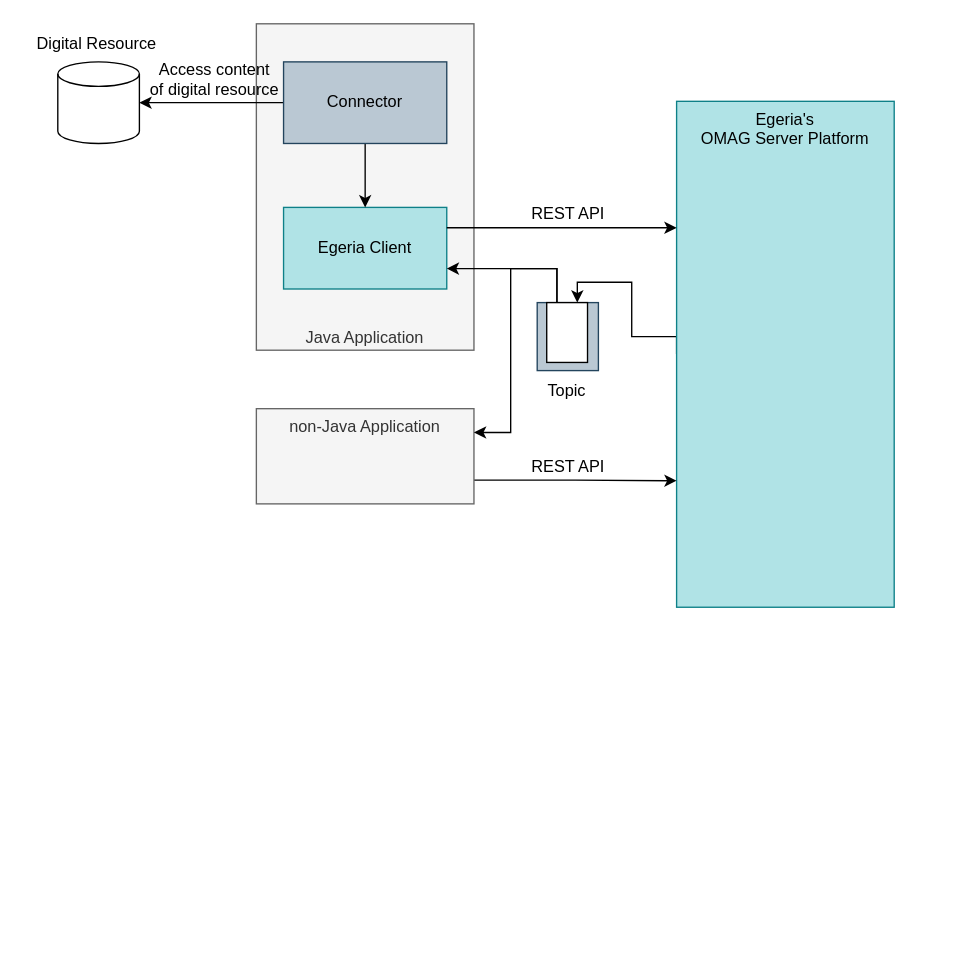
The draw.io diagram page "java-clients" (6 of 7) of site/docs/guides/developer/developer-guide.drawio in odpi/egeria-docs, before the edit. Source tidied: cells renumbered, new cells numbered last; positions are measured from the earlier drawing's top-left corner, leaving out a move shared by most shapes. Both pictures are drawn from the tidied source at 136%, with x=0, y=0 at pixel (23, 23).
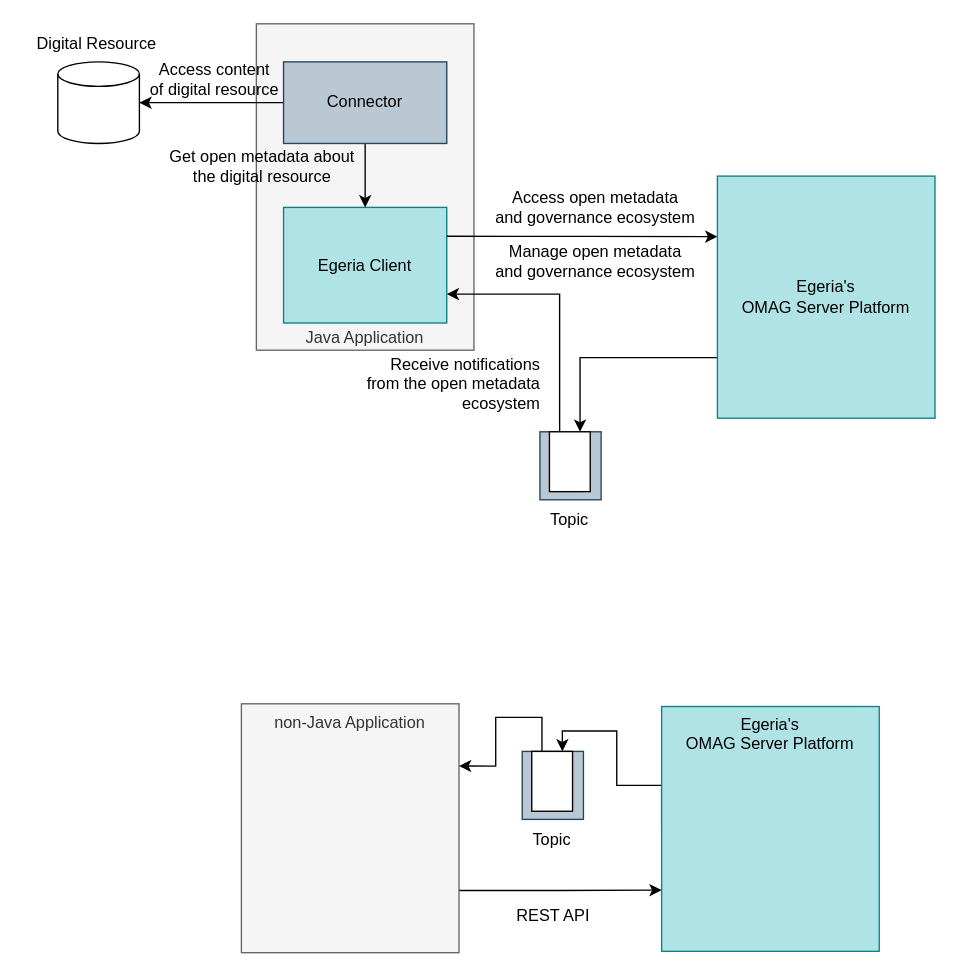
The same page after the edit.

Diff of the diagram source:
```diff
@@
     <mxCell id="3" value="Egeria Client" style="rounded=0;whiteSpace=wrap;html=1;fillColor=#b0e3e6;strokeColor=#0e8088;" parent="1" vertex="1">
-      <mxGeometry x="191" y="135" width="120" height="60" as="geometry" />
+      <mxGeometry x="191" y="135" width="120" height="85" as="geometry" />
     </mxCell>
-    <mxCell id="4" style="edgeStyle=orthogonalEdgeStyle;rounded=0;jettySize=auto;html=1;exitX=0;exitY=0.5;exitDx=0;exitDy=0;entryX=0.75;entryY=0;entryDx=0;entryDy=0;" parent="1" edge="1" source="5" target="13">
+    <mxCell id="4" style="edgeStyle=orthogonalEdgeStyle;rounded=0;jettySize=auto;html=1;exitX=0;exitY=0.75;exitDx=0;exitDy=0;entryX=0.75;entryY=0;entryDx=0;entryDy=0;" parent="1" edge="1" source="5" target="13">
       <mxGeometry relative="1" as="geometry">
         <Array as="points">
-          <mxPoint x="447" y="230" />
-          <mxPoint x="447" y="190" />
-          <mxPoint x="407" y="190" />
+          <mxPoint x="409" y="246" />
         </Array>
       </mxGeometry>
     </mxCell>
-    <mxCell id="5" value="Egeria's&lt;br&gt;OMAG Server Platform" style="rounded=0;whiteSpace=wrap;html=1;verticalAlign=top;fillColor=#b0e3e6;strokeColor=#0e8088;" parent="1" vertex="1">
-      <mxGeometry x="480" y="57" width="160" height="372" as="geometry" />
+    <mxCell id="5" value="Egeria's&lt;br&gt;OMAG Server Platform" style="rounded=0;whiteSpace=wrap;html=1;verticalAlign=middle;fillColor=#b0e3e6;strokeColor=#0e8088;" parent="1" vertex="1">
+      <mxGeometry x="510" y="112" width="160" height="178" as="geometry" />
     </mxCell>
-    <mxCell id="6" style="edgeStyle=orthogonalEdgeStyle;rounded=0;jettySize=auto;html=1;entryX=0;entryY=0.75;entryDx=0;entryDy=0;exitX=1;exitY=0.75;exitDx=0;exitDy=0;" parent="1" edge="1" source="7" target="5">
-      <mxGeometry relative="1" as="geometry" />
-    </mxCell>
-    <mxCell id="7" value="non-Java Application" style="rounded=0;whiteSpace=wrap;html=1;verticalAlign=top;fillColor=#f5f5f5;fontColor=#333333;strokeColor=#666666;" parent="1" vertex="1">
-      <mxGeometry x="171" y="283" width="160" height="70" as="geometry" />
-    </mxCell>
@@
-    <mxCell id="9" value="REST API" style="text;html=1;align=center;verticalAlign=middle;strokeColor=none;fillColor=none;" parent="1" vertex="1">
-      <mxGeometry x="365" y="130" width="70" height="20" as="geometry" />
-    </mxCell>
     <mxCell id="10" style="rounded=0;whiteSpace=wrap;html=1;fillColor=#bac8d3;strokeColor=#23445d;" parent="1" vertex="1">
-      <mxGeometry x="377.5" y="205" width="45" height="50" as="geometry" />
+      <mxGeometry x="379.5" y="300" width="45" height="50" as="geometry" />
     </mxCell>
@@
-    <mxCell id="12" style="edgeStyle=orthogonalEdgeStyle;rounded=0;jettySize=auto;html=1;exitX=0.25;exitY=0;exitDx=0;exitDy=0;entryX=1;entryY=0.25;entryDx=0;entryDy=0;" parent="1" edge="1" source="13" target="7">
-      <mxGeometry relative="1" as="geometry">
-        <Array as="points">
-          <mxPoint x="392" y="180" />
-          <mxPoint x="358" y="180" />
-          <mxPoint x="358" y="301" />
-        </Array>
-      </mxGeometry>
-    </mxCell>
     <mxCell id="13" style="rounded=0;whiteSpace=wrap;html=1;" parent="1" vertex="1">
-      <mxGeometry x="384.5" y="205" width="30" height="44" as="geometry" />
+      <mxGeometry x="386.5" y="300" width="30" height="44" as="geometry" />
     </mxCell>
     <mxCell id="14" value="Topic" style="text;html=1;align=center;verticalAlign=middle;strokeColor=none;fillColor=none;" parent="1" vertex="1">
-      <mxGeometry x="379" y="260" width="40" height="20" as="geometry" />
+      <mxGeometry x="381" y="355" width="40" height="20" as="geometry" />
     </mxCell>
-    <mxCell id="15" value="REST API" style="text;html=1;align=center;verticalAlign=middle;strokeColor=none;fillColor=none;" parent="1" vertex="1">
-      <mxGeometry x="365" y="316" width="70" height="20" as="geometry" />
-    </mxCell>
@@
+    <mxCell id="22" style="edgeStyle=orthogonalEdgeStyle;rounded=0;jettySize=auto;html=1;exitX=0;exitY=0.5;exitDx=0;exitDy=0;entryX=0.75;entryY=0;entryDx=0;entryDy=0;" parent="1" edge="1" source="23" target="27">
+      <mxGeometry relative="1" as="geometry">
+        <Array as="points">
+          <mxPoint x="436" y="560" />
+          <mxPoint x="436" y="520" />
+          <mxPoint x="396" y="520" />
+        </Array>
+      </mxGeometry>
+    </mxCell>
+    <mxCell id="23" value="Egeria's&lt;br&gt;OMAG Server Platform" style="rounded=0;whiteSpace=wrap;html=1;verticalAlign=top;fillColor=#b0e3e6;strokeColor=#0e8088;" parent="1" vertex="1">
+      <mxGeometry x="469" y="502" width="160" height="180" as="geometry" />
+    </mxCell>
+    <mxCell id="24" style="edgeStyle=orthogonalEdgeStyle;rounded=0;jettySize=auto;html=1;entryX=0;entryY=0.75;entryDx=0;entryDy=0;exitX=1;exitY=0.75;exitDx=0;exitDy=0;" parent="1" edge="1" source="7" target="23">
+      <mxGeometry relative="1" as="geometry" />
+    </mxCell>
+    <mxCell id="7" value="non-Java Application" style="rounded=0;whiteSpace=wrap;html=1;verticalAlign=top;fillColor=#f5f5f5;fontColor=#333333;strokeColor=#666666;" parent="1" vertex="1">
+      <mxGeometry x="160" y="500" width="160" height="183" as="geometry" />
+    </mxCell>
+    <mxCell id="25" style="rounded=0;whiteSpace=wrap;html=1;fillColor=#bac8d3;strokeColor=#23445d;" parent="1" vertex="1">
+      <mxGeometry x="366.5" y="535" width="45" height="50" as="geometry" />
+    </mxCell>
+    <mxCell id="26" style="edgeStyle=orthogonalEdgeStyle;rounded=0;jettySize=auto;html=1;exitX=0.25;exitY=0;exitDx=0;exitDy=0;entryX=1;entryY=0.25;entryDx=0;entryDy=0;" parent="1" edge="1" source="27" target="7">
+      <mxGeometry relative="1" as="geometry">
+        <Array as="points">
+          <mxPoint x="381" y="510" />
+          <mxPoint x="347" y="510" />
+          <mxPoint x="347" y="546" />
+        </Array>
+      </mxGeometry>
+    </mxCell>
+    <mxCell id="27" style="rounded=0;whiteSpace=wrap;html=1;" parent="1" vertex="1">
+      <mxGeometry x="373.5" y="535" width="30" height="44" as="geometry" />
+    </mxCell>
+    <mxCell id="28" value="Topic" style="text;html=1;align=center;verticalAlign=middle;strokeColor=none;fillColor=none;" parent="1" vertex="1">
+      <mxGeometry x="368" y="590" width="40" height="20" as="geometry" />
+    </mxCell>
+    <mxCell id="29" value="REST API" style="text;html=1;align=center;verticalAlign=middle;strokeColor=none;fillColor=none;" parent="1" vertex="1">
+      <mxGeometry x="354" y="646" width="70" height="20" as="geometry" />
+    </mxCell>
+    <mxCell id="30" style="edgeStyle=orthogonalEdgeStyle;rounded=0;orthogonalLoop=1;jettySize=auto;html=1;exitX=0.5;exitY=1;exitDx=0;exitDy=0;" parent="1" edge="1" source="5" target="5">
+      <mxGeometry relative="1" as="geometry" />
+    </mxCell>
+    <mxCell id="31" value="Get open metadata about&lt;br&gt;the digital resource" style="text;html=1;align=center;verticalAlign=middle;strokeColor=none;fillColor=none;" parent="1" vertex="1">
+      <mxGeometry x="100" y="90" width="150" height="30" as="geometry" />
+    </mxCell>
+    <mxCell id="32" value="Access open metadata&lt;br&gt;and governance ecosystem" style="text;html=1;align=center;verticalAlign=middle;strokeColor=none;fillColor=none;" parent="1" vertex="1">
+      <mxGeometry x="340" y="120" width="160" height="30" as="geometry" />
+    </mxCell>
+    <mxCell id="33" value="Manage open metadata&lt;br&gt;and governance ecosystem" style="text;html=1;align=center;verticalAlign=middle;strokeColor=none;fillColor=none;" parent="1" vertex="1">
+      <mxGeometry x="340" y="160" width="160" height="30" as="geometry" />
+    </mxCell>
+    <mxCell id="34" value="Receive notifications&lt;br&gt;from the open metadata&lt;br&gt;ecosystem" style="text;html=1;align=right;verticalAlign=middle;strokeColor=none;fillColor=none;" parent="1" vertex="1">
+      <mxGeometry x="241" y="240" width="140" height="50" as="geometry" />
+    </mxCell>
```
